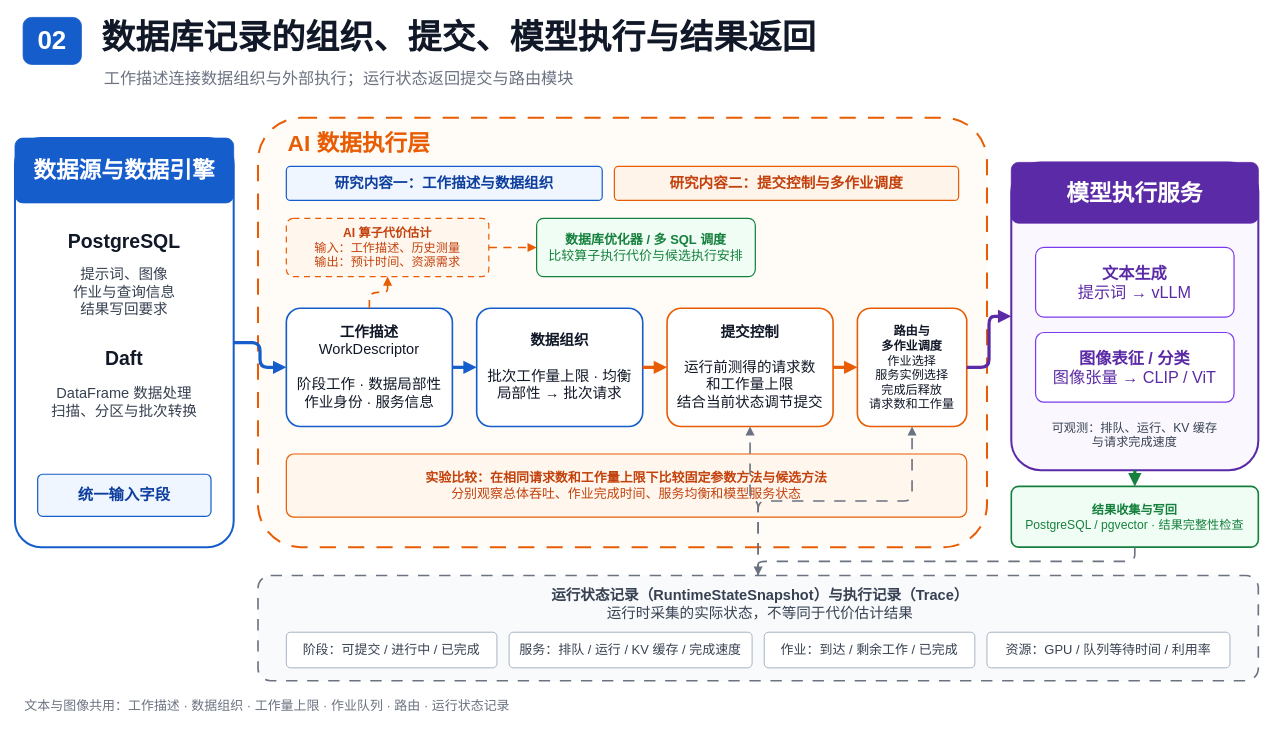
Above: figures/architecture/editable/02_system_architecture.drawio in 3444374/ai-operator-execution-optimization (draw.io), before the change. Source tidied: cells renumbered, new cells numbered last; positions are measured from the earlier drawing's top-left corner, leaving out a move shared by most shapes. Both pictures are drawn from the tidied source at 81%, with x=0, y=0 at pixel (15, 14).
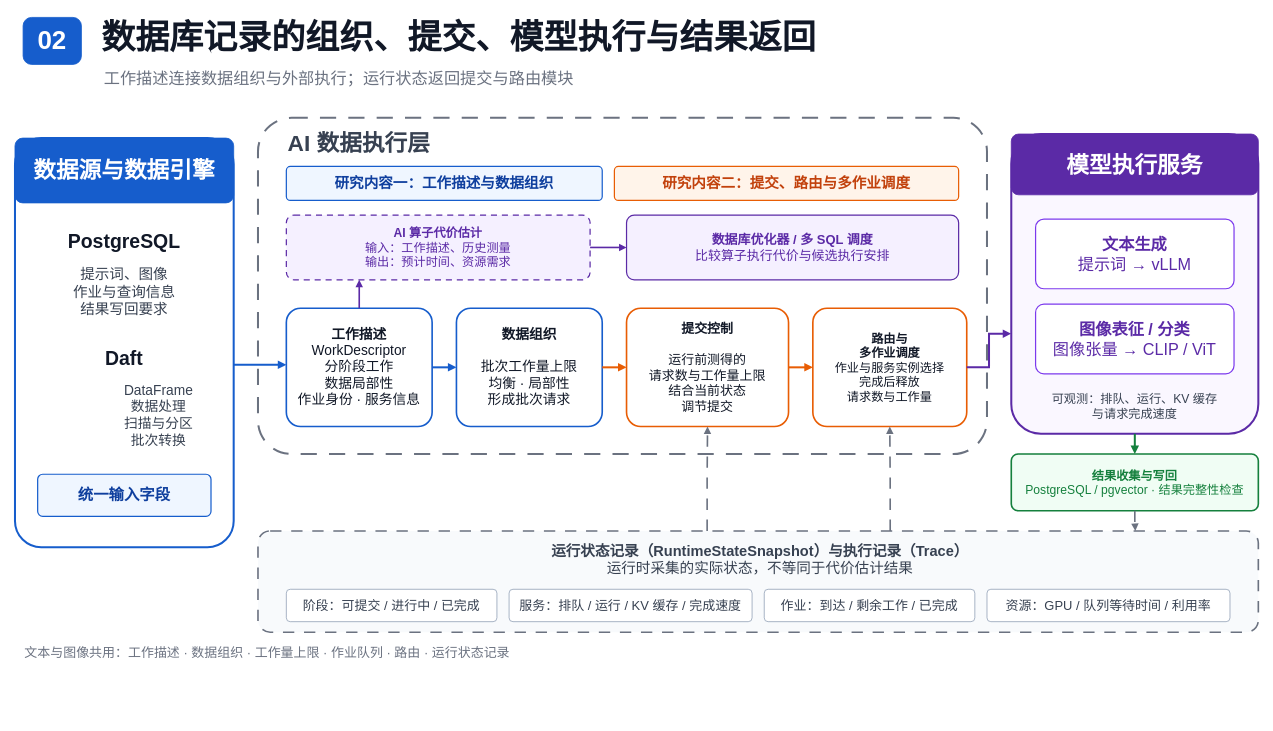
After the change.

The change refers to these unchanged cells:
```xml
<mxCell id="5" style="rounded=1;arcSize=12;whiteSpace=wrap;html=1;fillColor=#FFFFFF;strokeColor=#165DCC;strokeWidth=2.5;" parent="1" vertex="1">
  <mxGeometry y="153" width="270" height="505" as="geometry" />
</mxCell>
```

What changed in the source:
```diff
@@
-    <mxCell id="10" value="DataFrame 数据处理&lt;br&gt;扫描、分区与批次转换" style="text;html=1;strokeColor=none;fillColor=none;align=center;verticalAlign=middle;whiteSpace=wrap;fontFamily=Microsoft YaHei;fontSize=18;fontColor=#374151;" parent="1" vertex="1">
-      <mxGeometry x="25" y="448" width="220" height="62" as="geometry" />
+    <mxCell id="10" value="DataFrame&lt;br&gt;数据处理&lt;br&gt;扫描与分区&lt;br&gt;批次转换" style="text;html=1;strokeColor=none;fillColor=none;align=center;verticalAlign=middle;whiteSpace=wrap;fontFamily=Microsoft YaHei;fontSize=17;fontColor=#374151;" parent="1" vertex="1">
+      <mxGeometry x="110" y="446" width="135" height="100" as="geometry" />
     </mxCell>
@@
-    <mxCell id="12" style="rounded=1;arcSize=10;whiteSpace=wrap;html=1;fillColor=#FFFCF8;strokeColor=#E85D04;strokeWidth=2.5;dashed=1;dashPattern=8 6;" parent="1" vertex="1">
-      <mxGeometry x="300" y="128" width="900" height="530" as="geometry" />
+    <mxCell id="12" style="rounded=1;arcSize=10;whiteSpace=wrap;html=1;fillColor=#FFFFFF;strokeColor=#6B7280;strokeWidth=2.5;dashed=1;dashPattern=8 6;" parent="1" vertex="1">
+      <mxGeometry x="300" y="128" width="900" height="415" as="geometry" />
     </mxCell>
-    <mxCell id="13" value="&lt;b&gt;AI 数据执行层&lt;/b&gt;" style="text;html=1;strokeColor=none;fillColor=none;align=left;verticalAlign=middle;whiteSpace=wrap;fontFamily=Microsoft YaHei;fontSize=28;fontColor=#E85D04;fontStyle=1;" parent="1" vertex="1">
+    <mxCell id="13" value="&lt;b&gt;AI 数据执行层&lt;/b&gt;" style="text;html=1;strokeColor=none;fillColor=none;align=left;verticalAlign=middle;whiteSpace=wrap;fontFamily=Microsoft YaHei;fontSize=28;fontColor=#374151;fontStyle=1;" parent="1" vertex="1">
       <mxGeometry x="335" y="138" width="300" height="42" as="geometry" />
     </mxCell>
@@
-    <mxCell id="15" value="&lt;b&gt;研究内容二：提交控制与多作业调度&lt;/b&gt;" style="rounded=1;arcSize=12;whiteSpace=wrap;html=1;fillColor=#FFF4EA;strokeColor=#E85D04;strokeWidth=1.5;fontColor=#C2410C;fontFamily=Microsoft YaHei;fontSize=18;fontStyle=1;align=center;verticalAlign=middle;" parent="1" vertex="1">
+    <mxCell id="15" value="&lt;b&gt;研究内容二：提交、路由与多作业调度&lt;/b&gt;" style="rounded=1;arcSize=12;whiteSpace=wrap;html=1;fillColor=#FFF4EA;strokeColor=#E85D04;strokeWidth=1.5;fontColor=#C2410C;fontFamily=Microsoft YaHei;fontSize=18;fontStyle=1;align=center;verticalAlign=middle;" parent="1" vertex="1">
       <mxGeometry x="740" y="188" width="425" height="42" as="geometry" />
     </mxCell>
-    <mxCell id="16" value="&lt;b&gt;AI 算子代价估计&lt;/b&gt;&lt;br&gt;输入：工作描述、历史测量&lt;br&gt;输出：预计时间、资源需求" style="rounded=1;arcSize=12;whiteSpace=wrap;html=1;fillColor=#FFF7ED;strokeColor=#E85D04;strokeWidth=1.5;dashed=1;dashPattern=5 4;fontColor=#C2410C;fontFamily=Microsoft YaHei;fontSize=15;align=center;verticalAlign=middle;" parent="1" vertex="1">
-      <mxGeometry x="335" y="252" width="250" height="72" as="geometry" />
+    <mxCell id="16" value="&lt;b&gt;AI 算子代价估计&lt;/b&gt;&lt;br&gt;输入：工作描述、历史测量&lt;br&gt;输出：预计时间、资源需求" style="rounded=1;arcSize=12;whiteSpace=wrap;html=1;fillColor=#F5F0FF;strokeColor=#5B2AA6;strokeWidth=1.5;dashed=1;dashPattern=5 4;fontColor=#5B2AA6;fontFamily=Microsoft YaHei;fontSize=15;align=center;verticalAlign=middle;" parent="1" vertex="1">
+      <mxGeometry x="335" y="248" width="375" height="80" as="geometry" />
     </mxCell>
-    <mxCell id="17" value="&lt;b&gt;数据库优化器 / 多 SQL 调度&lt;/b&gt;&lt;br&gt;比较算子执行代价与候选执行安排" style="rounded=1;arcSize=12;whiteSpace=wrap;html=1;fillColor=#F0FDF4;strokeColor=#15803D;strokeWidth=1.5;fontColor=#15803D;fontFamily=Microsoft YaHei;fontSize=16;align=center;verticalAlign=middle;" parent="1" vertex="1">
-      <mxGeometry x="644" y="252" width="270" height="72" as="geometry" />
+    <mxCell id="17" value="&lt;b&gt;数据库优化器 / 多 SQL 调度&lt;/b&gt;&lt;br&gt;比较算子执行代价与候选执行安排" style="rounded=1;arcSize=12;whiteSpace=wrap;html=1;fillColor=#F5F0FF;strokeColor=#5B2AA6;strokeWidth=1.5;fontColor=#5B2AA6;fontFamily=Microsoft YaHei;fontSize=16;align=center;verticalAlign=middle;" parent="1" vertex="1">
+      <mxGeometry x="755" y="248" width="410" height="80" as="geometry" />
     </mxCell>
-    <mxCell id="18" value="&lt;b&gt;工作描述&lt;/b&gt;&lt;br&gt;WorkDescriptor&lt;br&gt;&lt;br&gt;阶段工作 · 数据局部性&lt;br&gt;作业身份 · 服务信息" style="rounded=1;arcSize=12;whiteSpace=wrap;html=1;fillColor=#FFFFFF;strokeColor=#165DCC;strokeWidth=2;fontColor=#111827;fontFamily=Microsoft YaHei;fontSize=18;align=center;verticalAlign=middle;" parent="1" vertex="1">
-      <mxGeometry x="335" y="363" width="205" height="146" as="geometry" />
+    <mxCell id="18" value="&lt;b&gt;工作描述&lt;/b&gt;&lt;br&gt;WorkDescriptor&lt;br&gt;分阶段工作&lt;br&gt;数据局部性&lt;br&gt;作业身份 · 服务信息" style="rounded=1;arcSize=12;whiteSpace=wrap;html=1;fillColor=#FFFFFF;strokeColor=#165DCC;strokeWidth=2;fontColor=#111827;fontFamily=Microsoft YaHei;fontSize=17;align=center;verticalAlign=middle;spacing=5;" parent="1" vertex="1">
+      <mxGeometry x="335" y="363" width="180" height="146" as="geometry" />
     </mxCell>
-    <mxCell id="19" value="&lt;b&gt;数据组织&lt;/b&gt;&lt;br&gt;&lt;br&gt;批次工作量上限 · 均衡&lt;br&gt;局部性 → 批次请求" style="rounded=1;arcSize=12;whiteSpace=wrap;html=1;fillColor=#FFFFFF;strokeColor=#165DCC;strokeWidth=2;fontColor=#111827;fontFamily=Microsoft YaHei;fontSize=18;align=center;verticalAlign=middle;" parent="1" vertex="1">
-      <mxGeometry x="570" y="363" width="205" height="146" as="geometry" />
+    <mxCell id="19" value="&lt;b&gt;数据组织&lt;/b&gt;&lt;br&gt;&lt;br&gt;批次工作量上限&lt;br&gt;均衡 · 局部性&lt;br&gt;形成批次请求" style="rounded=1;arcSize=12;whiteSpace=wrap;html=1;fillColor=#FFFFFF;strokeColor=#165DCC;strokeWidth=2;fontColor=#111827;fontFamily=Microsoft YaHei;fontSize=17;align=center;verticalAlign=middle;spacing=5;" parent="1" vertex="1">
+      <mxGeometry x="545" y="363" width="180" height="146" as="geometry" />
     </mxCell>
-    <mxCell id="20" value="&lt;b&gt;提交控制&lt;/b&gt;&lt;br&gt;&lt;br&gt;运行前测得的请求数&lt;br&gt;和工作量上限&lt;br&gt;结合当前状态调节提交" style="rounded=1;arcSize=12;whiteSpace=wrap;html=1;fillColor=#FFFFFF;strokeColor=#E85D04;strokeWidth=2;fontColor=#111827;fontFamily=Microsoft YaHei;fontSize=18;align=center;verticalAlign=middle;" parent="1" vertex="1">
-      <mxGeometry x="805" y="363" width="205" height="146" as="geometry" />
+    <mxCell id="20" value="&lt;b&gt;提交控制&lt;/b&gt;&lt;br&gt;&lt;br&gt;运行前测得的&lt;br&gt;请求数与工作量上限&lt;br&gt;结合当前状态&lt;br&gt;调节提交" style="rounded=1;arcSize=12;whiteSpace=wrap;html=1;fillColor=#FFFFFF;strokeColor=#E85D04;strokeWidth=2;fontColor=#111827;fontFamily=Microsoft YaHei;fontSize=16;align=center;verticalAlign=middle;spacing=5;" parent="1" vertex="1">
+      <mxGeometry x="755" y="363" width="200" height="146" as="geometry" />
     </mxCell>
-    <mxCell id="21" value="&lt;b&gt;路由与&lt;br&gt;多作业调度&lt;/b&gt;&lt;br&gt;作业选择&lt;br&gt;服务实例选择&lt;br&gt;完成后释放&lt;br&gt;请求数和工作量" style="rounded=1;arcSize=12;whiteSpace=wrap;html=1;fillColor=#FFFFFF;strokeColor=#E85D04;strokeWidth=2;fontColor=#111827;fontFamily=Microsoft YaHei;fontSize=15;align=center;verticalAlign=middle;" parent="1" vertex="1">
-      <mxGeometry x="1040" y="363" width="135" height="146" as="geometry" />
+    <mxCell id="21" value="&lt;b&gt;路由与&lt;br&gt;多作业调度&lt;/b&gt;&lt;br&gt;作业与服务实例选择&lt;br&gt;完成后释放&lt;br&gt;请求数与工作量" style="rounded=1;arcSize=12;whiteSpace=wrap;html=1;fillColor=#FFFFFF;strokeColor=#E85D04;strokeWidth=2;fontColor=#111827;fontFamily=Microsoft YaHei;fontSize=15;align=center;verticalAlign=middle;spacing=5;" parent="1" vertex="1">
+      <mxGeometry x="985" y="363" width="190" height="146" as="geometry" />
     </mxCell>
-    <mxCell id="22" value="&lt;b&gt;实验比较：在相同请求数和工作量上限下比较固定参数方法与候选方法&lt;/b&gt;&lt;br&gt;分别观察总体吞吐、作业完成时间、服务均衡和模型服务状态" style="rounded=1;arcSize=12;whiteSpace=wrap;html=1;fillColor=#FFF7ED;strokeColor=#E85D04;strokeWidth=1.5;fontColor=#C2410C;fontFamily=Microsoft YaHei;fontSize=16;align=center;verticalAlign=middle;" parent="1" vertex="1">
-      <mxGeometry x="335" y="543" width="840" height="78" as="geometry" />
-    </mxCell>
     <mxCell id="23" style="rounded=1;arcSize=12;whiteSpace=wrap;html=1;fillColor=#FAF7FF;strokeColor=#5B2AA6;strokeWidth=2.5;" parent="1" vertex="1">
-      <mxGeometry x="1230" y="183" width="305" height="380" as="geometry" />
+      <mxGeometry x="1230" y="148" width="305" height="370" as="geometry" />
     </mxCell>
     <mxCell id="24" value="&lt;b&gt;模型执行服务&lt;/b&gt;" style="rounded=1;arcSize=12;whiteSpace=wrap;html=1;fillColor=#5B2AA6;strokeColor=#5B2AA6;fontColor=#FFFFFF;fontFamily=Microsoft YaHei;fontSize=28;fontStyle=1;align=center;verticalAlign=middle;" parent="1" vertex="1">
-      <mxGeometry x="1230" y="183" width="305" height="75" as="geometry" />
+      <mxGeometry x="1230" y="148" width="305" height="75" as="geometry" />
     </mxCell>
     <mxCell id="25" value="&lt;b&gt;文本生成&lt;/b&gt;&lt;br&gt;提示词 → vLLM" style="rounded=1;arcSize=12;whiteSpace=wrap;html=1;fillColor=#FFFFFF;strokeColor=#7C3AED;strokeWidth=1.5;fontColor=#5B2AA6;fontFamily=Microsoft YaHei;fontSize=20;align=center;verticalAlign=middle;" parent="1" vertex="1">
-      <mxGeometry x="1260" y="288" width="245" height="86" as="geometry" />
+      <mxGeometry x="1260" y="253" width="245" height="86" as="geometry" />
     </mxCell>
     <mxCell id="26" value="&lt;b&gt;图像表征 / 分类&lt;/b&gt;&lt;br&gt;图像张量 → CLIP / ViT" style="rounded=1;arcSize=12;whiteSpace=wrap;html=1;fillColor=#FFFFFF;strokeColor=#7C3AED;strokeWidth=1.5;fontColor=#5B2AA6;fontFamily=Microsoft YaHei;fontSize=20;align=center;verticalAlign=middle;" parent="1" vertex="1">
-      <mxGeometry x="1260" y="393" width="245" height="86" as="geometry" />
+      <mxGeometry x="1260" y="358" width="245" height="86" as="geometry" />
     </mxCell>
     <mxCell id="27" value="可观测：排队、运行、KV 缓存&lt;br&gt;与请求完成速度" style="text;html=1;strokeColor=none;fillColor=none;align=center;verticalAlign=middle;whiteSpace=wrap;fontFamily=Microsoft YaHei;fontSize=15;fontColor=#374151;" parent="1" vertex="1">
-      <mxGeometry x="1250" y="493" width="265" height="52" as="geometry" />
+      <mxGeometry x="1250" y="458" width="265" height="52" as="geometry" />
     </mxCell>
     <mxCell id="28" value="&lt;b&gt;结果收集与写回&lt;/b&gt;&lt;br&gt;PostgreSQL / pgvector · 结果完整性检查" style="rounded=1;arcSize=12;whiteSpace=wrap;html=1;fillColor=#F0FDF4;strokeColor=#15803D;strokeWidth=2;fontColor=#15803D;fontFamily=Microsoft YaHei;fontSize=15;align=center;verticalAlign=middle;" parent="1" vertex="1">
-      <mxGeometry x="1230" y="583" width="305" height="75" as="geometry" />
+      <mxGeometry x="1230" y="543" width="305" height="70" as="geometry" />
     </mxCell>
     <mxCell id="29" style="rounded=1;arcSize=12;whiteSpace=wrap;html=1;fillColor=#F8FAFC;strokeColor=#6B7280;strokeWidth=2;dashed=1;dashPattern=7 6;" parent="1" vertex="1">
-      <mxGeometry x="300" y="693" width="1235" height="130" as="geometry" />
+      <mxGeometry x="300" y="638" width="1235" height="125" as="geometry" />
     </mxCell>
     <mxCell id="30" value="&lt;b&gt;运行状态记录（RuntimeStateSnapshot）与执行记录（Trace）&lt;/b&gt;&lt;br&gt;运行时采集的实际状态，不等同于代价估计结果" style="text;html=1;strokeColor=none;fillColor=none;align=center;verticalAlign=middle;whiteSpace=wrap;fontFamily=Microsoft YaHei;fontSize=18;fontColor=#374151;" parent="1" vertex="1">
-      <mxGeometry x="470" y="703" width="900" height="52" as="geometry" />
+      <mxGeometry x="470" y="648" width="900" height="52" as="geometry" />
     </mxCell>
     <mxCell id="31" value="阶段：可提交 / 进行中 / 已完成" style="rounded=1;arcSize=12;whiteSpace=wrap;html=1;fillColor=#FFFFFF;strokeColor=#94A3B8;fontColor=#374151;fontFamily=Microsoft YaHei;fontSize=16;align=center;verticalAlign=middle;" parent="1" vertex="1">
-      <mxGeometry x="335" y="763" width="260" height="44" as="geometry" />
+      <mxGeometry x="335" y="710" width="260" height="40" as="geometry" />
     </mxCell>
     <mxCell id="32" value="服务：排队 / 运行 / KV 缓存 / 完成速度" style="rounded=1;arcSize=12;whiteSpace=wrap;html=1;fillColor=#FFFFFF;strokeColor=#94A3B8;fontColor=#374151;fontFamily=Microsoft YaHei;fontSize=16;align=center;verticalAlign=middle;" parent="1" vertex="1">
-      <mxGeometry x="610" y="763" width="300" height="44" as="geometry" />
+      <mxGeometry x="610" y="710" width="300" height="40" as="geometry" />
     </mxCell>
     <mxCell id="33" value="作业：到达 / 剩余工作 / 已完成" style="rounded=1;arcSize=12;whiteSpace=wrap;html=1;fillColor=#FFFFFF;strokeColor=#94A3B8;fontColor=#374151;fontFamily=Microsoft YaHei;fontSize=16;align=center;verticalAlign=middle;" parent="1" vertex="1">
-      <mxGeometry x="925" y="763" width="260" height="44" as="geometry" />
+      <mxGeometry x="925" y="710" width="260" height="40" as="geometry" />
     </mxCell>
     <mxCell id="34" value="资源：GPU / 队列等待时间 / 利用率" style="rounded=1;arcSize=12;whiteSpace=wrap;html=1;fillColor=#FFFFFF;strokeColor=#94A3B8;fontColor=#374151;fontFamily=Microsoft YaHei;fontSize=16;align=center;verticalAlign=middle;" parent="1" vertex="1">
-      <mxGeometry x="1200" y="763" width="300" height="44" as="geometry" />
+      <mxGeometry x="1200" y="710" width="300" height="40" as="geometry" />
     </mxCell>
     <mxCell id="35" value="文本与图像共用：工作描述 · 数据组织 · 工作量上限 · 作业队列 · 路由 · 运行状态记录" style="text;html=1;strokeColor=none;fillColor=none;align=left;verticalAlign=middle;whiteSpace=wrap;fontFamily=Microsoft YaHei;fontSize=16;fontColor=#6B7280;" parent="1" vertex="1">
-      <mxGeometry x="10" y="838" width="1200" height="30" as="geometry" />
+      <mxGeometry x="10" y="773" width="1200" height="30" as="geometry" />
     </mxCell>
-    <mxCell id="36" style="edgeStyle=orthogonalEdgeStyle;rounded=1;html=1;endArrow=block;endFill=1;strokeColor=#165DCC;strokeWidth=4;" parent="1" edge="1" source="5" target="18">
+    <mxCell id="36" style="edgeStyle=orthogonalEdgeStyle;rounded=0;html=1;endArrow=block;endFill=1;endSize=4;strokeColor=#165DCC;strokeWidth=2.5;exitX=1;exitY=0.554;entryX=0;entryY=0.479;" parent="1" edge="1" source="5" target="18">
       <mxGeometry relative="1" as="geometry" />
     </mxCell>
-    <mxCell id="37" style="edgeStyle=orthogonalEdgeStyle;rounded=1;html=1;endArrow=block;endFill=1;strokeColor=#165DCC;strokeWidth=4;" parent="1" edge="1" source="18" target="19">
+    <mxCell id="37" style="edgeStyle=orthogonalEdgeStyle;rounded=0;html=1;endArrow=block;endFill=1;endSize=4;strokeColor=#165DCC;strokeWidth=2.5;exitX=1;exitY=0.5;entryX=0;entryY=0.5;" parent="1" edge="1" source="18" target="19">
       <mxGeometry relative="1" as="geometry" />
     </mxCell>
-    <mxCell id="38" style="edgeStyle=orthogonalEdgeStyle;rounded=1;html=1;endArrow=block;endFill=1;strokeColor=#E85D04;strokeWidth=4;" parent="1" edge="1" source="19" target="20">
+    <mxCell id="38" style="edgeStyle=orthogonalEdgeStyle;rounded=0;html=1;endArrow=block;endFill=1;endSize=4;strokeColor=#E85D04;strokeWidth=2.5;exitX=1;exitY=0.5;entryX=0;entryY=0.5;" parent="1" edge="1" source="19" target="20">
       <mxGeometry relative="1" as="geometry" />
     </mxCell>
-    <mxCell id="39" style="edgeStyle=orthogonalEdgeStyle;rounded=1;html=1;endArrow=block;endFill=1;strokeColor=#E85D04;strokeWidth=4;" parent="1" edge="1" source="20" target="21">
+    <mxCell id="39" style="edgeStyle=orthogonalEdgeStyle;rounded=0;html=1;endArrow=block;endFill=1;endSize=4;strokeColor=#E85D04;strokeWidth=2.5;exitX=1;exitY=0.5;entryX=0;entryY=0.5;" parent="1" edge="1" source="20" target="21">
       <mxGeometry relative="1" as="geometry" />
     </mxCell>
-    <mxCell id="40" style="edgeStyle=orthogonalEdgeStyle;rounded=1;html=1;endArrow=block;endFill=1;strokeColor=#5B2AA6;strokeWidth=4;" parent="1" edge="1" source="21" target="23">
+    <mxCell id="40" style="edgeStyle=orthogonalEdgeStyle;rounded=0;html=1;endArrow=block;endFill=1;endSize=4;strokeColor=#5B2AA6;strokeWidth=2.5;exitX=1;exitY=0.5;entryX=0;entryY=0.666;" parent="1" edge="1" source="21" target="23">
       <mxGeometry relative="1" as="geometry" />
     </mxCell>
-    <mxCell id="41" style="edgeStyle=orthogonalEdgeStyle;rounded=1;html=1;endArrow=block;endFill=1;strokeColor=#15803D;strokeWidth=4;" parent="1" edge="1" source="23" target="28">
+    <mxCell id="41" style="edgeStyle=orthogonalEdgeStyle;rounded=0;html=1;endArrow=block;endFill=1;endSize=4;strokeColor=#15803D;strokeWidth=2.5;exitX=0.5;exitY=1;entryX=0.5;entryY=0;" parent="1" edge="1" source="23" target="28">
       <mxGeometry relative="1" as="geometry" />
     </mxCell>
-    <mxCell id="42" style="edgeStyle=orthogonalEdgeStyle;rounded=1;html=1;endArrow=block;endFill=1;strokeColor=#E85D04;strokeWidth=2;dashed=1;dashPattern=5 4;" parent="1" edge="1" source="18" target="16">
+    <mxCell id="42" style="edgeStyle=orthogonalEdgeStyle;rounded=0;html=1;endArrow=block;endFill=1;endSize=4;strokeColor=#5B2AA6;strokeWidth=2;exitX=0.5;exitY=0;entryX=0.24;entryY=1;" parent="1" edge="1" source="18" target="16">
       <mxGeometry relative="1" as="geometry" />
     </mxCell>
-    <mxCell id="43" style="edgeStyle=orthogonalEdgeStyle;rounded=1;html=1;endArrow=block;endFill=1;strokeColor=#E85D04;strokeWidth=2;dashed=1;dashPattern=5 4;" parent="1" edge="1" source="16" target="17">
+    <mxCell id="43" style="edgeStyle=orthogonalEdgeStyle;rounded=0;html=1;endArrow=block;endFill=1;endSize=4;strokeColor=#5B2AA6;strokeWidth=2;exitX=1;exitY=0.5;entryX=0;entryY=0.5;" parent="1" edge="1" source="16" target="17">
       <mxGeometry relative="1" as="geometry" />
     </mxCell>
-    <mxCell id="44" style="edgeStyle=orthogonalEdgeStyle;rounded=1;html=1;endArrow=block;endFill=1;strokeColor=#6B7280;strokeWidth=2;dashed=1;dashPattern=7 6;" parent="1" edge="1" source="28" target="29">
+    <mxCell id="44" style="edgeStyle=orthogonalEdgeStyle;rounded=0;html=1;endArrow=block;endFill=1;endSize=4;strokeColor=#6B7280;strokeWidth=2;dashed=1;dashPattern=7 6;exitX=0.5;exitY=1;entryX=0.877;entryY=0;" parent="1" edge="1" source="28" target="29">
       <mxGeometry relative="1" as="geometry" />
     </mxCell>
-    <mxCell id="45" style="edgeStyle=orthogonalEdgeStyle;rounded=1;html=1;endArrow=block;endFill=1;strokeColor=#6B7280;strokeWidth=2;dashed=1;dashPattern=7 6;" parent="1" edge="1" source="29" target="20">
+    <mxCell id="45" style="edgeStyle=orthogonalEdgeStyle;rounded=0;html=1;endArrow=block;endFill=1;endSize=4;strokeColor=#6B7280;strokeWidth=2;dashed=1;dashPattern=7 6;exitX=0.449;exitY=0;entryX=0.5;entryY=1;" parent="1" edge="1" source="29" target="20">
       <mxGeometry relative="1" as="geometry" />
     </mxCell>
-    <mxCell id="46" style="edgeStyle=orthogonalEdgeStyle;rounded=1;html=1;endArrow=block;endFill=1;strokeColor=#6B7280;strokeWidth=2;dashed=1;dashPattern=7 6;" parent="1" edge="1" source="29" target="21">
+    <mxCell id="46" style="edgeStyle=orthogonalEdgeStyle;rounded=0;html=1;endArrow=block;endFill=1;endSize=4;strokeColor=#6B7280;strokeWidth=2;dashed=1;dashPattern=7 6;exitX=0.632;exitY=0;entryX=0.5;entryY=1;" parent="1" edge="1" source="29" target="21">
       <mxGeometry relative="1" as="geometry" />
     </mxCell>
```
